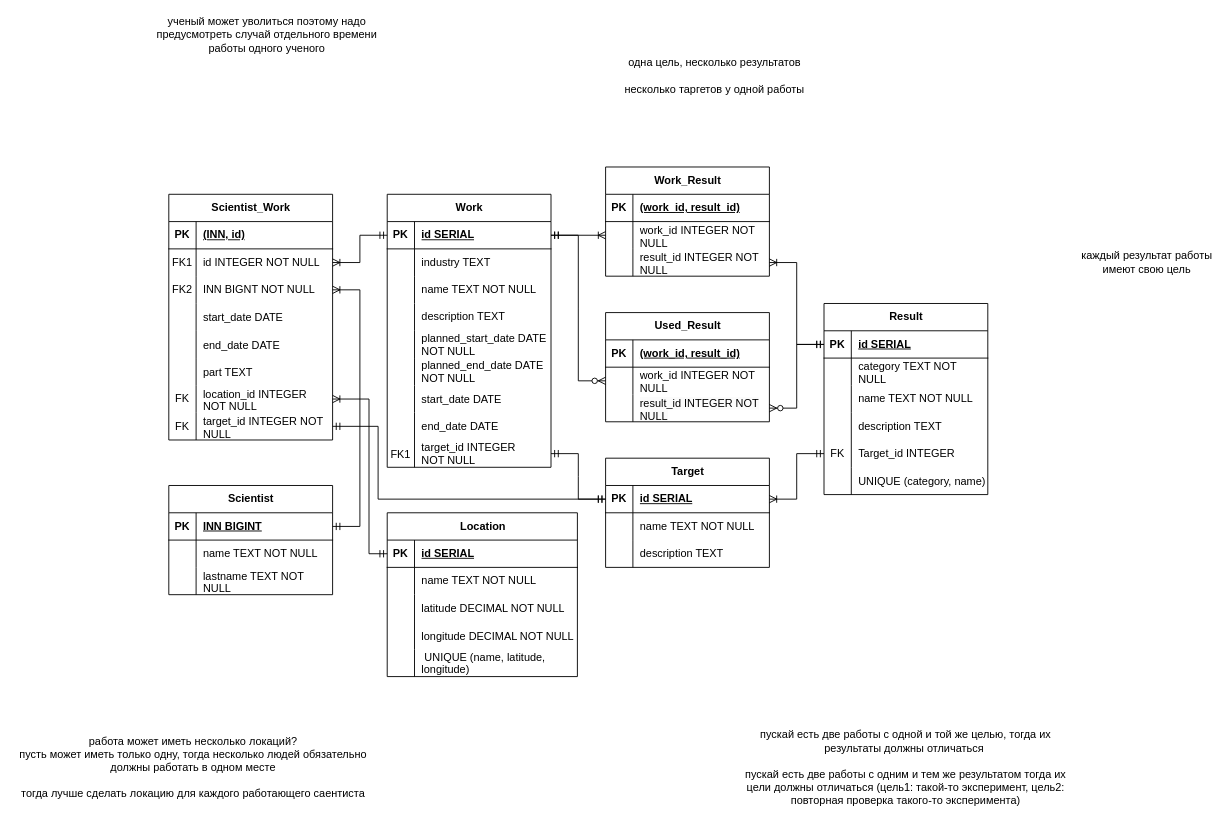
Before: DB/lab_1/diagrams/data.drawio in vanya9090/itmo, a draw.io diagram. Source tidied: cells renumbered, new cells numbered last; positions are measured from the earlier drawing's top-left corner, leaving out a move shared by most shapes. Both pictures are drawn from the tidied source at 91%, with x=0, y=0 at pixel (15, 21).
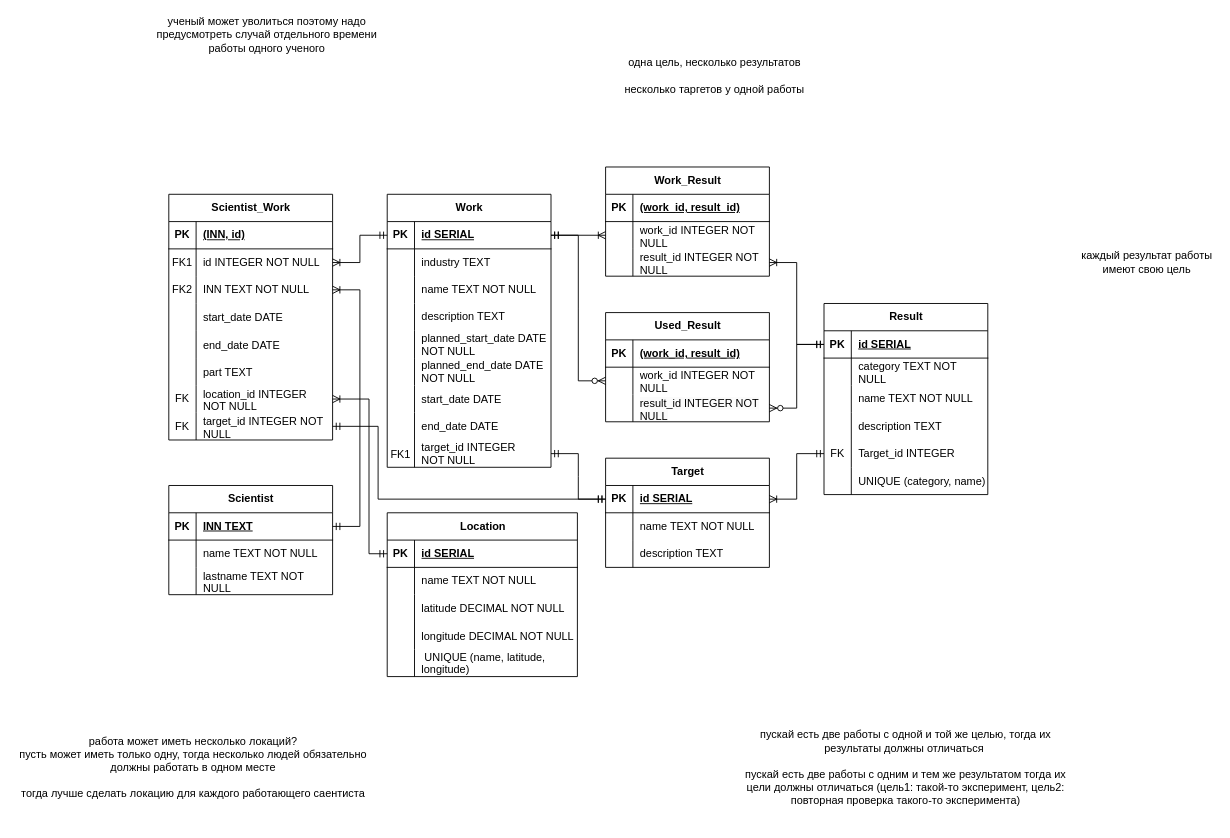
Above is the later version.

The change refers to these unchanged cells:
```xml
<mxCell id="3" style="shape=tableRow;horizontal=0;startSize=0;swimlaneHead=0;swimlaneBody=0;fillColor=none;points=[[0,0.5],[1,0.5]];portConstraint=eastwest;top=0;left=0;right=0;bottom=1;" parent="2" vertex="1">
  <mxGeometry y="30" width="180" height="30" as="geometry" />
</mxCell>
<mxCell id="92" style="shape=tableRow;horizontal=0;startSize=0;swimlaneHead=0;swimlaneBody=0;fillColor=none;points=[[0,0.5],[1,0.5]];portConstraint=eastwest;top=0;left=0;right=0;bottom=0;" parent="85" vertex="1">
  <mxGeometry y="90" width="180" height="30" as="geometry" />
</mxCell>
```

What changed in the source:
```diff
@@
-    <mxCell id="5" value="INN BIGINT" style="shape=partialRectangle;fillColor=none;top=0;left=0;bottom=0;right=0;align=left;spacingLeft=6;fontStyle=5;overflow=hidden;whiteSpace=wrap;html=1;" parent="3" vertex="1">
+    <mxCell id="5" value="INN TEXT" style="shape=partialRectangle;fillColor=none;top=0;left=0;bottom=0;right=0;align=left;spacingLeft=6;fontStyle=5;overflow=hidden;whiteSpace=wrap;html=1;" parent="3" vertex="1">
       <mxGeometry x="30" width="150" height="30" as="geometry" />
     </mxCell>
@@
-    <mxCell id="94" value="&lt;div&gt;INN BIGNT NOT NULL&lt;br&gt;&lt;/div&gt;" style="shape=partialRectangle;fillColor=none;top=0;left=0;bottom=0;right=0;align=left;spacingLeft=6;overflow=hidden;whiteSpace=wrap;html=1;" parent="92" vertex="1">
+    <mxCell id="94" value="&lt;div&gt;INN TEXT NOT NULL&lt;br&gt;&lt;/div&gt;" style="shape=partialRectangle;fillColor=none;top=0;left=0;bottom=0;right=0;align=left;spacingLeft=6;overflow=hidden;whiteSpace=wrap;html=1;" parent="92" vertex="1">
       <mxGeometry x="30" width="150" height="30" as="geometry" />
     </mxCell>
```
